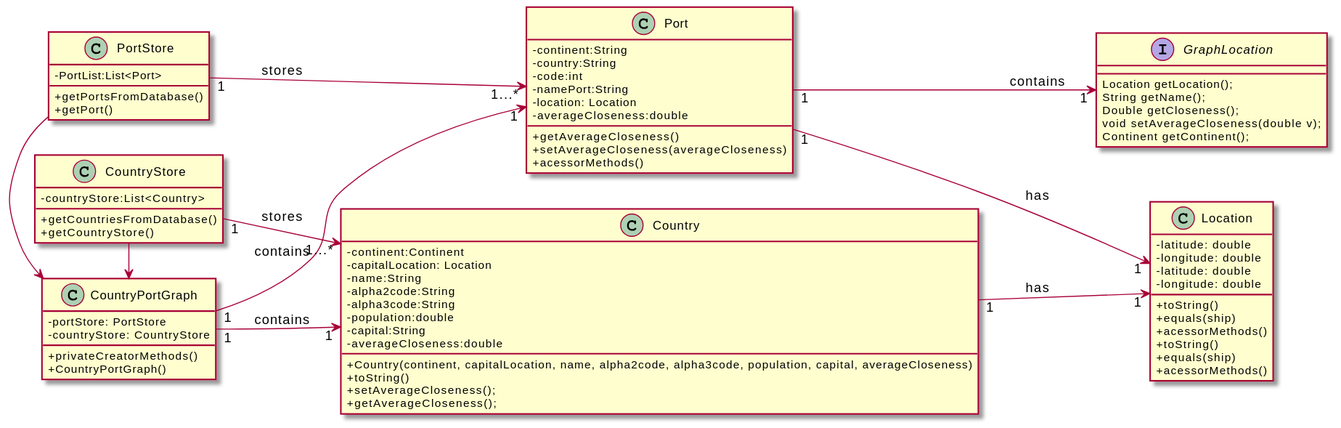
Earlier version of the PlantUML export docs/Sprint3/US301/US301_CD.svg (RuiRioPina/CargoMaster). Its diagram source:
```plantuml
@startuml
skinparam classAttributeIconSize 0
left to right direction

class CountryPortGraph{
-portStore: PortStore
-countryStore: CountryStore
+privateCreatorMethods()
+CountryPortGraph()
}

class Location{
- latitude: double
- longitude: double
+toString()
+equals(ship)
+acessorMethods()
}

class Location{
- latitude: double
- longitude: double
+toString()
+equals(ship)
+acessorMethods()
}

class "Port"{
-continent:String
-country:String
-code:int
-namePort:String
-location: Location
-averageCloseness:double
+getAverageCloseness()
+setAverageCloseness(averageCloseness)
+acessorMethods()
}
class CountryStore{
-countryStore:List<Country>
+getCountriesFromDatabase()
+getCountryStore()
}
class PortStore{
-PortList:List<Port>
+getPortsFromDatabase()
+getPort()
}
class Country {
-continent:Continent
-capitalLocation: Location
-name:String
-alpha2code:String
-alpha3code:String
-population:double
-capital:String
-averageCloseness:double
+Country(continent, capitalLocation, name, alpha2code, alpha3code, population, capital, averageCloseness)
+toString()
+setAverageCloseness();
+getAverageCloseness();
}


interface GraphLocation {
Location getLocation();
String getName();
Double getCloseness();
void setAverageCloseness(double v);
Continent getContinent();
}

CountryPortGraph "1" --> "1" Country:contains
CountryPortGraph "1" --> "1" Port:contains
Port "1" --> "1" GraphLocation: contains
Port "1" --> "1" Location : has
Country "1" --> "1" Location : has
PortStore -> CountryPortGraph
CountryStore -> CountryPortGraph
PortStore "1" --> "1...*" Port : stores
CountryStore "1" --> "1...*" Country : stores
@enduml
```
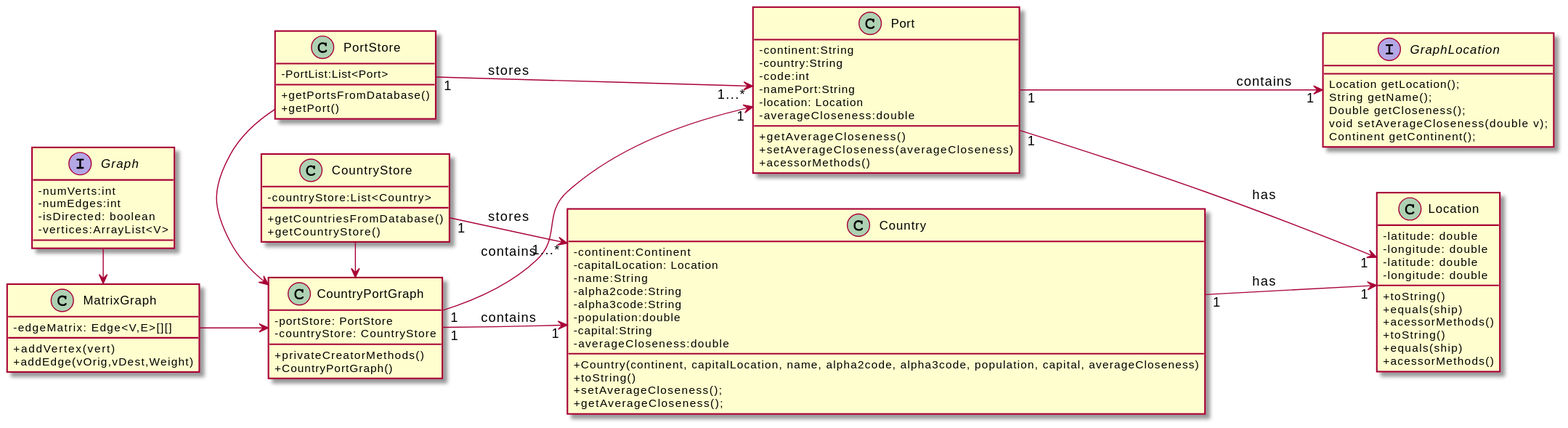
Above is the later version.

What changed in the source:
```diff
@@ -23,6 +23,17 @@
 +toString()
 +equals(ship)
 +acessorMethods()
+}
+class MatrixGraph{
+-edgeMatrix: Edge<V,E>[][]
++addVertex(vert)
++addEdge(vOrig,vDest,Weight)
+}
+Interface Graph{
+-numVerts:int
+-numEdges:int
+-isDirected: boolean
+-vertices:ArrayList<V>
 }
 
 class "Port"{
@@ -69,7 +80,8 @@
 void setAverageCloseness(double v);
 Continent getContinent();
 }
-
+MatrixGraph  --> CountryPortGraph
+Graph -> MatrixGraph
 CountryPortGraph "1" --> "1" Country:contains
 CountryPortGraph "1" --> "1" Port:contains
 Port "1" --> "1" GraphLocation: contains
```
